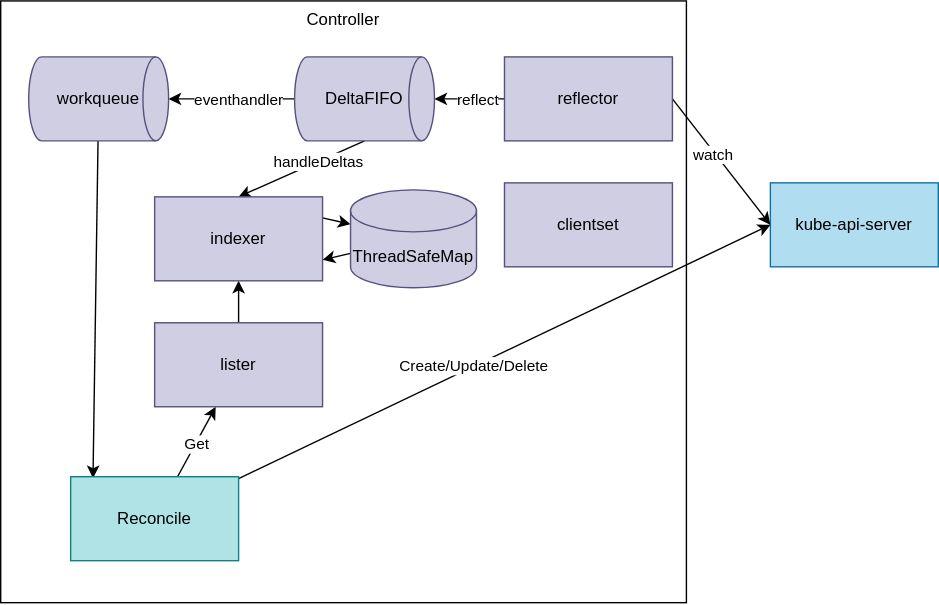
This is contents/kubernetes-operator/controller-detailed.drawio.svg from nakamasato/kubernetes-training, a draw.io export, as it was before one commit. Source tidied: cells renumbered, new cells last; positions are measured from the earlier drawing's top-left corner, leaving out a move shared by most shapes.
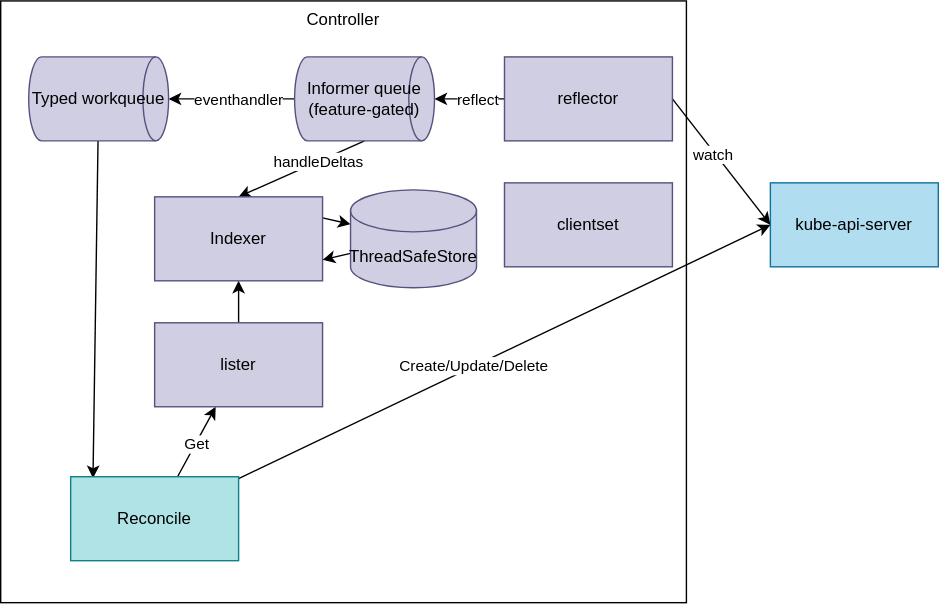
Later version of the same file.

The edit, as a diff of the source:
```diff
@@ -33,7 +33,7 @@
     <mxCell id="10" style="edgeStyle=none;html=1;entryX=0.133;entryY=0.017;entryDx=0;entryDy=0;entryPerimeter=0;" parent="1" edge="1" source="11" target="16">
       <mxGeometry relative="1" as="geometry" />
     </mxCell>
-    <mxCell id="11" value="workqueue" style="strokeWidth=1;html=1;shape=mxgraph.flowchart.direct_data;whiteSpace=wrap;fillColor=#d0cee2;strokeColor=#56517e;" parent="1" vertex="1">
+    <mxCell id="11" value="Typed workqueue" style="strokeWidth=1;html=1;shape=mxgraph.flowchart.direct_data;whiteSpace=wrap;fillColor=#d0cee2;strokeColor=#56517e;" parent="1" vertex="1">
       <mxGeometry x="20" y="40" width="100" height="60" as="geometry" />
     </mxCell>
     <mxCell id="12" style="edgeStyle=none;html=1;entryX=0;entryY=0.5;entryDx=0;entryDy=0;" parent="1" edge="1" source="16" target="3">
@@ -71,19 +71,19 @@
     <mxCell id="22" value="reflector" style="rounded=0;whiteSpace=wrap;html=1;fillColor=#d0cee2;strokeColor=#56517e;" parent="1" vertex="1">
       <mxGeometry x="360" y="40" width="120" height="60" as="geometry" />
     </mxCell>
-    <mxCell id="23" value="DeltaFIFO" style="strokeWidth=1;html=1;shape=mxgraph.flowchart.direct_data;whiteSpace=wrap;fillColor=#d0cee2;strokeColor=#56517e;" parent="1" vertex="1">
+    <mxCell id="23" value="Informer queue (feature-gated)" style="strokeWidth=1;html=1;shape=mxgraph.flowchart.direct_data;whiteSpace=wrap;fillColor=#d0cee2;strokeColor=#56517e;" parent="1" vertex="1">
       <mxGeometry x="210" y="40" width="100" height="60" as="geometry" />
     </mxCell>
     <mxCell id="24" style="edgeStyle=none;html=1;exitX=1;exitY=0.25;exitDx=0;exitDy=0;" parent="1" edge="1" source="25" target="27">
       <mxGeometry relative="1" as="geometry" />
     </mxCell>
-    <mxCell id="25" value="indexer" style="rounded=0;whiteSpace=wrap;html=1;fillColor=#d0cee2;strokeColor=#56517e;" parent="1" vertex="1">
+    <mxCell id="25" value="Indexer" style="rounded=0;whiteSpace=wrap;html=1;fillColor=#d0cee2;strokeColor=#56517e;" parent="1" vertex="1">
       <mxGeometry x="110" y="140" width="120" height="60" as="geometry" />
     </mxCell>
     <mxCell id="26" style="edgeStyle=none;html=1;entryX=1;entryY=0.75;entryDx=0;entryDy=0;" parent="1" edge="1" source="27" target="25">
       <mxGeometry relative="1" as="geometry" />
     </mxCell>
-    <mxCell id="27" value="ThreadSafeMap" style="shape=cylinder3;whiteSpace=wrap;html=1;boundedLbl=1;backgroundOutline=1;size=15;fillColor=#d0cee2;strokeColor=#56517e;" parent="1" vertex="1">
+    <mxCell id="27" value="ThreadSafeStore" style="shape=cylinder3;whiteSpace=wrap;html=1;boundedLbl=1;backgroundOutline=1;size=15;fillColor=#d0cee2;strokeColor=#56517e;" parent="1" vertex="1">
       <mxGeometry x="250" y="135" width="90" height="70" as="geometry" />
     </mxCell>
   </root>
```
